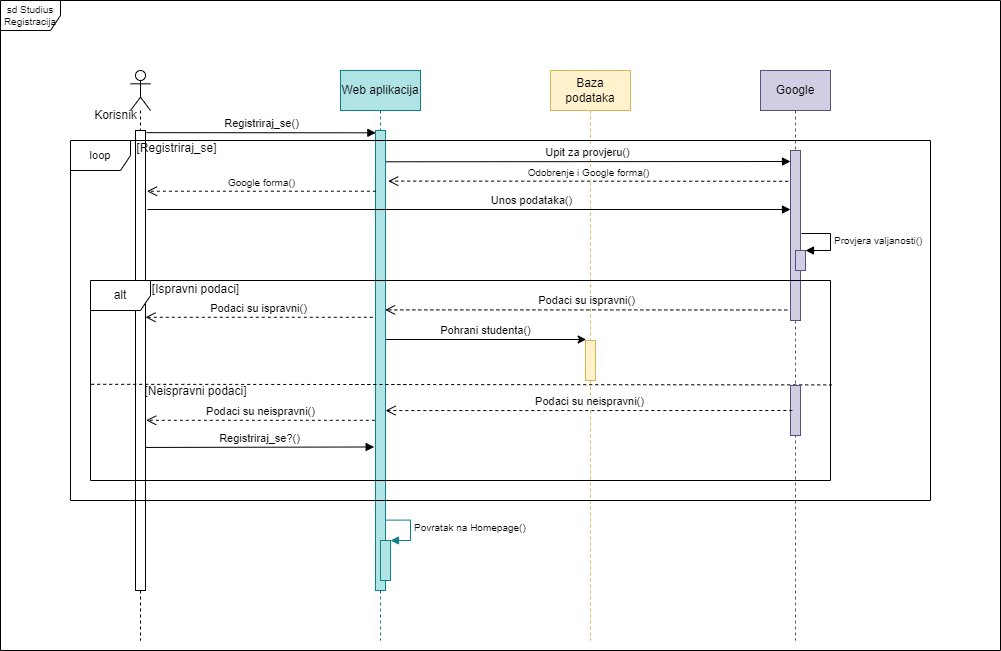
Above: documentation/diagrams/UMLSequence/Registracija.png in studensis/studius (draw.io), before the change. Source tidied: cells renumbered, new cells last; positions are measured from the earlier drawing's top-left corner, leaving out a move shared by most shapes.
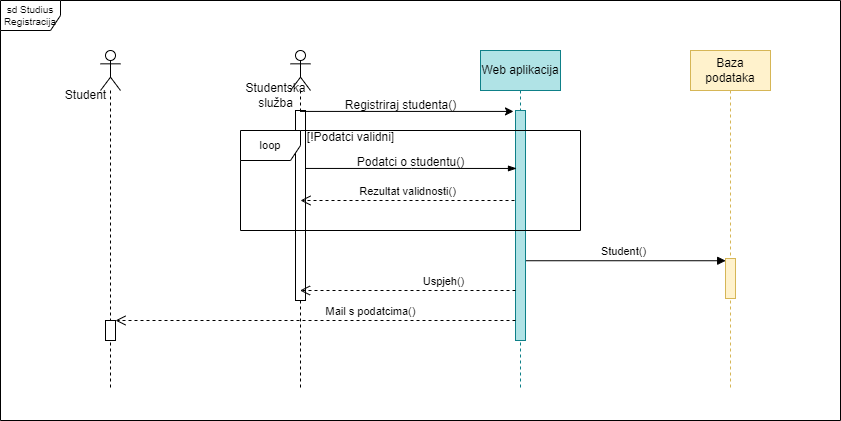
After the commit.

Commit message:
registracija i google link sekv. dijagram

The edit, as a diff of the source:
```diff
@@ -3,166 +3,74 @@
     <mxCell id="0" />
     <mxCell id="1" parent="0" />
     <mxCell id="2" value="sd Studius Registracija" style="shape=umlFrame;whiteSpace=wrap;html=1;labelBackgroundColor=none;fontSize=10;gradientColor=none;swimlaneFillColor=default;" parent="1" vertex="1">
-      <mxGeometry width="1000" height="650" as="geometry" />
+      <mxGeometry x="-140" y="20" width="840" height="420" as="geometry" />
     </mxCell>
     <mxCell id="3" value="&lt;br&gt;" style="shape=umlLifeline;participant=umlActor;perimeter=lifelinePerimeter;whiteSpace=wrap;html=1;verticalAlign=top;spacingTop=36;outlineConnect=0;size=40;" parent="1" vertex="1">
-      <mxGeometry x="130" y="70" width="20" height="570" as="geometry" />
+      <mxGeometry x="150" y="70" width="20" height="340" as="geometry" />
     </mxCell>
     <mxCell id="4" style="html=1;points=[];perimeter=orthogonalPerimeter;" parent="3" vertex="1">
-      <mxGeometry x="5" y="60" width="10" height="460" as="geometry" />
+      <mxGeometry x="5" y="60" width="10" height="190" as="geometry" />
     </mxCell>
-    <mxCell id="5" value="Korisnik&lt;br&gt;" style="text;html=1;align=center;verticalAlign=middle;points=[];strokeColor=none;fillColor=none;" parent="3" vertex="1">
-      <mxGeometry x="-50" y="30" width="70" height="30" as="geometry" />
+    <mxCell id="5" value="Studentska&lt;br&gt;služba" style="text;html=1;align=center;verticalAlign=middle;points=[];strokeColor=none;fillColor=none;" parent="3" vertex="1">
+      <mxGeometry x="-55" y="25" width="80" height="40" as="geometry" />
     </mxCell>
     <mxCell id="6" value="Baza podataka" style="shape=umlLifeline;perimeter=lifelinePerimeter;whiteSpace=wrap;html=1;fillColor=#fff2cc;strokeColor=#d6b656;" parent="1" vertex="1">
-      <mxGeometry x="550" y="70" width="80" height="570" as="geometry" />
+      <mxGeometry x="550" y="70" width="80" height="340" as="geometry" />
     </mxCell>
-    <mxCell id="7" value="alt" style="shape=umlFrame;whiteSpace=wrap;html=1;labelBackgroundColor=none;" parent="6" vertex="1">
-      <mxGeometry x="-460" y="210" width="740" height="200" as="geometry" />
-    </mxCell>
-    <mxCell id="8" style="html=1;points=[];perimeter=orthogonalPerimeter;labelBackgroundColor=none;fontSize=12;fillColor=#fff2cc;strokeColor=#d6b656;" parent="6" vertex="1">
-      <mxGeometry x="35" y="270" width="10" height="40" as="geometry" />
-    </mxCell>
-    <mxCell id="9" value="loop" style="shape=umlFrame;whiteSpace=wrap;html=1;labelBackgroundColor=none;fontSize=11;" parent="6" vertex="1">
-      <mxGeometry x="-480" y="70" width="860" height="360" as="geometry" />
-    </mxCell>
-    <mxCell id="10" style="endArrow=none;dashed=1;html=1;rounded=0;exitX=0.001;exitY=0.519;exitDx=0;exitDy=0;exitPerimeter=0;entryX=1.002;entryY=0.522;entryDx=0;entryDy=0;entryPerimeter=0;" parent="6" edge="1" source="7" target="7">
-      <mxGeometry relative="1" as="geometry" />
-    </mxCell>
-    <mxCell id="11" value="[Ispravni podaci]" style="text;html=1;align=center;verticalAlign=middle;strokeColor=none;fillColor=none;" parent="6" vertex="1">
-      <mxGeometry x="-410" y="204" width="110" height="30" as="geometry" />
-    </mxCell>
-    <mxCell id="12" value="Google" style="shape=umlLifeline;perimeter=lifelinePerimeter;whiteSpace=wrap;html=1;fillColor=#d0cee2;strokeColor=#56517e;" parent="1" vertex="1">
-      <mxGeometry x="760" y="70" width="70" height="570" as="geometry" />
-    </mxCell>
-    <mxCell id="13" style="html=1;points=[];perimeter=orthogonalPerimeter;labelBackgroundColor=none;fillColor=#d0cee2;strokeColor=#56517e;" parent="12" vertex="1">
-      <mxGeometry x="30" y="80" width="10" height="170" as="geometry" />
-    </mxCell>
-    <mxCell id="14" style="html=1;perimeter=orthogonalPerimeter;labelBackgroundColor=none;fillColor=#d0cee2;strokeColor=#56517e;" parent="12" vertex="1">
-      <mxGeometry x="30" y="315" width="10" height="50" as="geometry" />
-    </mxCell>
-    <mxCell id="15" style="html=1;points=[];perimeter=orthogonalPerimeter;labelBackgroundColor=none;fontSize=10;fillColor=#d0cee2;strokeColor=#56517e;" parent="12" vertex="1">
-      <mxGeometry x="35" y="180" width="10" height="20" as="geometry" />
-    </mxCell>
-    <mxCell id="16" value="Provjera valjanosti()" style="edgeStyle=orthogonalEdgeStyle;html=1;align=left;spacingLeft=2;endArrow=block;rounded=0;entryX=1;entryY=0;fontSize=10;" parent="12" edge="1" target="15">
-      <mxGeometry relative="1" as="geometry">
-        <mxPoint x="41" y="163" as="sourcePoint" />
-        <Array as="points">
-          <mxPoint x="70" y="163" />
-          <mxPoint x="70" y="180" />
-        </Array>
-      </mxGeometry>
-    </mxCell>
-    <mxCell id="17" style="endArrow=none;html=1;rounded=0;fontSize=10;" parent="12" edge="1">
-      <mxGeometry relative="1" as="geometry">
-        <mxPoint y="210" as="sourcePoint" />
-        <mxPoint x="60" y="210" as="targetPoint" />
-      </mxGeometry>
-    </mxCell>
-    <mxCell id="18" value="Unos podataka()" style="html=1;verticalAlign=bottom;endArrow=block;rounded=0;" parent="1" edge="1">
-      <mxGeometry x="0.19" relative="1" as="geometry">
-        <mxPoint x="147" y="209" as="sourcePoint" />
-        <mxPoint x="790" y="209" as="targetPoint" />
-      </mxGeometry>
-    </mxCell>
+    <mxCell id="42" style="html=1;points=[];perimeter=orthogonalPerimeter;labelBackgroundColor=none;fontSize=12;fillColor=#fff2cc;strokeColor=#d6b656;" parent="6" vertex="1">
+      <mxGeometry x="35" y="208" width="10" height="40" as="geometry" />
+    </mxCell>
-    <mxCell id="19" value="Upit za provjeru()" style="html=1;verticalAlign=bottom;endArrow=block;rounded=0;exitX=0.9;exitY=0.068;exitDx=0;exitDy=0;exitPerimeter=0;" parent="1" edge="1" source="24">
-      <mxGeometry relative="1" as="geometry">
-        <mxPoint x="790" y="161" as="targetPoint" />
-      </mxGeometry>
+    <mxCell id="19" value="Student()" style="html=1;verticalAlign=bottom;endArrow=block;rounded=0;entryX=0.018;entryY=0.056;entryDx=0;entryDy=0;entryPerimeter=0;" parent="1" edge="1" source="23" target="42">
+      <mxGeometry relative="1" as="geometry" />
     </mxCell>
-    <mxCell id="20" value="Podaci su ispravni()" style="html=1;verticalAlign=bottom;endArrow=open;dashed=1;endSize=8;rounded=0;exitX=-0.317;exitY=0.938;exitDx=0;exitDy=0;exitPerimeter=0;entryX=0.962;entryY=0.39;entryDx=0;entryDy=0;entryPerimeter=0;" parent="1" edge="1" source="13" target="24">
-      <mxGeometry relative="1" as="geometry" />
-    </mxCell>
-    <mxCell id="21" style="endArrow=classic;html=1;rounded=0;fontSize=15;fontColor=#000000;entryX=0.067;entryY=-0.025;entryDx=0;entryDy=0;entryPerimeter=0;" parent="1" edge="1" source="23" target="8">
-      <mxGeometry relative="1" as="geometry" />
-    </mxCell>
-    <mxCell id="22" value="Registriraj_se()" style="html=1;verticalAlign=bottom;endArrow=block;rounded=0;exitX=0.941;exitY=1.072;exitDx=0;exitDy=0;exitPerimeter=0;entryX=0.038;entryY=0.005;entryDx=0;entryDy=0;entryPerimeter=0;" parent="1" edge="1" source="5" target="24">
-      <mxGeometry relative="1" as="geometry" />
-    </mxCell>
     <mxCell id="23" value="Web aplikacija" style="shape=umlLifeline;perimeter=lifelinePerimeter;whiteSpace=wrap;html=1;outlineConnect=0;labelBackgroundColor=none;fontSize=12;fillColor=#b0e3e6;strokeColor=#0e8088;" parent="1" vertex="1">
-      <mxGeometry x="340" y="70" width="80" height="570" as="geometry" />
+      <mxGeometry x="340" y="70" width="80" height="340" as="geometry" />
     </mxCell>
     <mxCell id="24" style="html=1;points=[];perimeter=orthogonalPerimeter;labelBackgroundColor=none;fontSize=12;fillColor=#b0e3e6;strokeColor=#0e8088;" parent="23" vertex="1">
-      <mxGeometry x="35" y="60" width="10" height="460" as="geometry" />
+      <mxGeometry x="35" y="60" width="10" height="230" as="geometry" />
     </mxCell>
-    <mxCell id="25" style="html=1;points=[];perimeter=orthogonalPerimeter;labelBackgroundColor=none;fontSize=10;fillColor=#b0e3e6;strokeColor=#0e8088;" parent="23" vertex="1">
-      <mxGeometry x="40" y="470" width="10" height="40" as="geometry" />
-    </mxCell>
-    <mxCell id="26" value="Povratak na Homepage()" style="edgeStyle=orthogonalEdgeStyle;html=1;align=left;spacingLeft=2;endArrow=block;rounded=0;entryX=1;entryY=0;fontSize=10;fillColor=#b0e3e6;strokeColor=#0e8088;exitX=1.067;exitY=0.847;exitDx=0;exitDy=0;exitPerimeter=0;" parent="23" edge="1" source="24" target="25">
-      <mxGeometry relative="1" as="geometry">
-        <Array as="points">
-          <mxPoint x="70" y="450" />
-          <mxPoint x="70" y="470" />
-        </Array>
-      </mxGeometry>
-    </mxCell>
-    <mxCell id="27" style="endArrow=none;html=1;rounded=0;fontSize=10;" parent="23" edge="1">
-      <mxGeometry relative="1" as="geometry">
-        <mxPoint x="10" y="139" as="sourcePoint" />
-        <mxPoint x="70" y="139" as="targetPoint" />
-      </mxGeometry>
-    </mxCell>
-    <mxCell id="28" style="endArrow=none;html=1;rounded=0;fontSize=10;" parent="23" edge="1">
-      <mxGeometry relative="1" as="geometry">
-        <mxPoint x="15" y="210" as="sourcePoint" />
-        <mxPoint x="75" y="210" as="targetPoint" />
-      </mxGeometry>
-    </mxCell>
-    <mxCell id="29" style="endArrow=none;html=1;rounded=0;fontSize=10;" parent="23" edge="1">
-      <mxGeometry relative="1" as="geometry">
-        <mxPoint x="10" y="70" as="sourcePoint" />
-        <mxPoint x="70" y="70" as="targetPoint" />
-      </mxGeometry>
-    </mxCell>
-    <mxCell id="30" style="endArrow=none;html=1;rounded=0;fontSize=10;" parent="23" edge="1">
-      <mxGeometry relative="1" as="geometry">
-        <mxPoint x="10" y="410" as="sourcePoint" />
-        <mxPoint x="70" y="410" as="targetPoint" />
-      </mxGeometry>
-    </mxCell>
-    <mxCell id="31" style="endArrow=none;html=1;rounded=0;fontSize=10;" parent="23" edge="1">
-      <mxGeometry relative="1" as="geometry">
-        <mxPoint x="10" y="430" as="sourcePoint" />
-        <mxPoint x="70" y="430" as="targetPoint" />
-      </mxGeometry>
-    </mxCell>
-    <mxCell id="32" style="endArrow=none;dashed=1;html=1;rounded=0;fontSize=10;" parent="23" edge="1">
-      <mxGeometry relative="1" as="geometry">
-        <mxPoint x="9" y="314" as="sourcePoint" />
-        <mxPoint x="67.5" y="314" as="targetPoint" />
-      </mxGeometry>
-    </mxCell>
-    <mxCell id="33" value="Podaci su neispravni()" style="html=1;verticalAlign=bottom;endArrow=open;dashed=1;endSize=8;rounded=0;exitX=-0.317;exitY=0.938;exitDx=0;exitDy=0;exitPerimeter=0;" parent="1" edge="1" target="24">
-      <mxGeometry relative="1" as="geometry">
-        <mxPoint x="791.8" y="410" as="sourcePoint" />
-        <Array as="points">
-          <mxPoint x="595" y="410.1" />
-        </Array>
-      </mxGeometry>
-    </mxCell>
-    <mxCell id="34" value="Podaci su neispravni()" style="html=1;verticalAlign=bottom;endArrow=open;dashed=1;endSize=8;rounded=0;exitX=-0.067;exitY=0.63;exitDx=0;exitDy=0;exitPerimeter=0;entryX=1.067;entryY=0.63;entryDx=0;entryDy=0;entryPerimeter=0;" parent="1" edge="1" source="24" target="4">
-      <mxGeometry relative="1" as="geometry" />
-    </mxCell>
-    <mxCell id="35" value="&lt;font style=&quot;font-size: 11px;&quot;&gt;Podaci su ispravni()&lt;/font&gt;" style="html=1;verticalAlign=bottom;endArrow=open;dashed=1;endSize=8;rounded=0;fontSize=12;exitX=-0.269;exitY=0.406;exitDx=0;exitDy=0;exitPerimeter=0;" parent="1" edge="1" source="24" target="4">
-      <mxGeometry relative="1" as="geometry" />
-    </mxCell>
+    <mxCell id="43" value="Uspjeh()" style="html=1;verticalAlign=bottom;endArrow=open;dashed=1;endSize=8;rounded=0;sourcePerimeterSpacing=6;" parent="23" edge="1" target="3">
+      <mxGeometry x="-0.33" relative="1" as="geometry">
+        <mxPoint x="35" y="240" as="sourcePoint" />
+      </mxGeometry>
+    </mxCell>
+    <mxCell id="44" value="Mail s podatcima()" style="html=1;verticalAlign=bottom;endArrow=open;dashed=1;endSize=8;rounded=0;sourcePerimeterSpacing=6;" parent="23" edge="1" target="50">
+      <mxGeometry x="-0.28" relative="1" as="geometry">
+        <mxPoint x="35" y="270" as="sourcePoint" />
+      </mxGeometry>
+    </mxCell>
+    <mxCell id="9" value="loop" style="shape=umlFrame;whiteSpace=wrap;html=1;labelBackgroundColor=none;fontSize=11;" parent="1" vertex="1">
+      <mxGeometry x="100" y="150" width="340" height="100" as="geometry" />
+    </mxCell>
+    <mxCell id="45" style="endArrow=classic;html=1;rounded=0;fontSize=15;fontColor=#000000;entryX=-0.2;entryY=0.004;entryDx=0;entryDy=0;entryPerimeter=0;" parent="1" edge="1" source="3" target="24">
+      <mxGeometry relative="1" as="geometry" />
+    </mxCell>
+    <mxCell id="46" value="Registriraj studenta()" style="text;html=1;align=center;verticalAlign=middle;strokeColor=none;fillColor=none;" parent="1" vertex="1">
+      <mxGeometry x="195" y="110" width="130" height="30" as="geometry" />
+    </mxCell>
-    <mxCell id="36" value="Registriraj_se?()" style="html=1;verticalAlign=bottom;endArrow=block;rounded=0;entryX=-0.133;entryY=0.688;entryDx=0;entryDy=0;entryPerimeter=0;exitX=1;exitY=0.689;exitDx=0;exitDy=0;exitPerimeter=0;" parent="1" edge="1" source="4" target="24">
+    <mxCell id="36" style="edgeStyle=elbowEdgeStyle;fontSize=12;html=1;endArrow=blockThin;endFill=1;rounded=0;exitX=1;exitY=0.305;exitDx=0;exitDy=0;exitPerimeter=0;sourcePerimeterSpacing=6;startSize=6;entryX=0.1;entryY=0.252;entryDx=0;entryDy=0;entryPerimeter=0;" parent="1" edge="1" source="4" target="24">
       <mxGeometry relative="1" as="geometry" />
     </mxCell>
-    <mxCell id="37" value="&lt;font style=&quot;font-size: 12px;&quot;&gt;[Registriraj_se]&lt;/font&gt;" style="text;html=1;align=center;verticalAlign=middle;strokeColor=none;fillColor=none;fontSize=11;" parent="1" vertex="1">
-      <mxGeometry x="126" y="133" width="100" height="30" as="geometry" />
-    </mxCell>
-    <mxCell id="38" value="Odobrenje i Google forma()" style="html=1;verticalAlign=bottom;endArrow=open;dashed=1;endSize=8;rounded=0;fontSize=10;exitX=-0.231;exitY=0.181;exitDx=0;exitDy=0;exitPerimeter=0;entryX=1.269;entryY=0.11;entryDx=0;entryDy=0;entryPerimeter=0;" parent="1" edge="1" source="13" target="24">
-      <mxGeometry relative="1" as="geometry" />
-    </mxCell>
-    <mxCell id="39" value="Google forma()" style="html=1;verticalAlign=bottom;endArrow=open;dashed=1;endSize=8;rounded=0;fontSize=10;entryX=1.146;entryY=0.132;entryDx=0;entryDy=0;entryPerimeter=0;exitX=0.038;exitY=0.132;exitDx=0;exitDy=0;exitPerimeter=0;" parent="1" edge="1" source="24" target="4">
-      <mxGeometry relative="1" as="geometry" />
-    </mxCell>
-    <mxCell id="40" value="&lt;font style=&quot;font-size: 11px;&quot;&gt;Pohrani studenta()&lt;/font&gt;" style="text;html=1;align=center;verticalAlign=middle;strokeColor=none;fillColor=none;fontSize=12;" parent="1" vertex="1">
-      <mxGeometry x="430" y="315" width="110" height="30" as="geometry" />
-    </mxCell>
-    <mxCell id="41" value="[Neispravni podaci]" style="text;html=1;align=center;verticalAlign=middle;strokeColor=none;fillColor=none;" parent="1" vertex="1">
-      <mxGeometry x="130" y="376" width="130" height="30" as="geometry" />
-    </mxCell>
+    <mxCell id="47" value="Podatci o studentu()" style="text;html=1;align=center;verticalAlign=middle;strokeColor=none;fillColor=none;" parent="1" vertex="1">
+      <mxGeometry x="205" y="167" width="130" height="30" as="geometry" />
+    </mxCell>
+    <mxCell id="48" value="[!Podatci validni]" style="text;html=1;align=center;verticalAlign=middle;strokeColor=none;fillColor=none;" parent="1" vertex="1">
+      <mxGeometry x="155" y="142" width="110" height="30" as="geometry" />
+    </mxCell>
+    <mxCell id="49" value="&lt;br&gt;" style="shape=umlLifeline;participant=umlActor;perimeter=lifelinePerimeter;whiteSpace=wrap;html=1;verticalAlign=top;spacingTop=36;size=40;" parent="1" vertex="1">
+      <mxGeometry x="-40" y="70" width="20" height="340" as="geometry" />
+    </mxCell>
+    <mxCell id="50" style="html=1;points=[];perimeter=orthogonalPerimeter;" parent="49" vertex="1">
+      <mxGeometry x="5" y="270" width="10" height="20" as="geometry" />
+    </mxCell>
+    <mxCell id="51" value="Student" style="text;html=1;align=center;verticalAlign=middle;strokeColor=none;fillColor=none;" parent="49" vertex="1">
+      <mxGeometry x="-45" y="30" width="60" height="30" as="geometry" />
+    </mxCell>
+    <mxCell id="52" value="Rezultat validnosti()" style="html=1;verticalAlign=bottom;endArrow=open;dashed=1;endSize=8;rounded=0;sourcePerimeterSpacing=6;" parent="1" edge="1">
+      <mxGeometry relative="1" as="geometry">
+        <mxPoint x="374" y="220" as="sourcePoint" />
+        <mxPoint x="160" y="220" as="targetPoint" />
+      </mxGeometry>
+    </mxCell>
   </root>
 </mxGraphModel>
```
